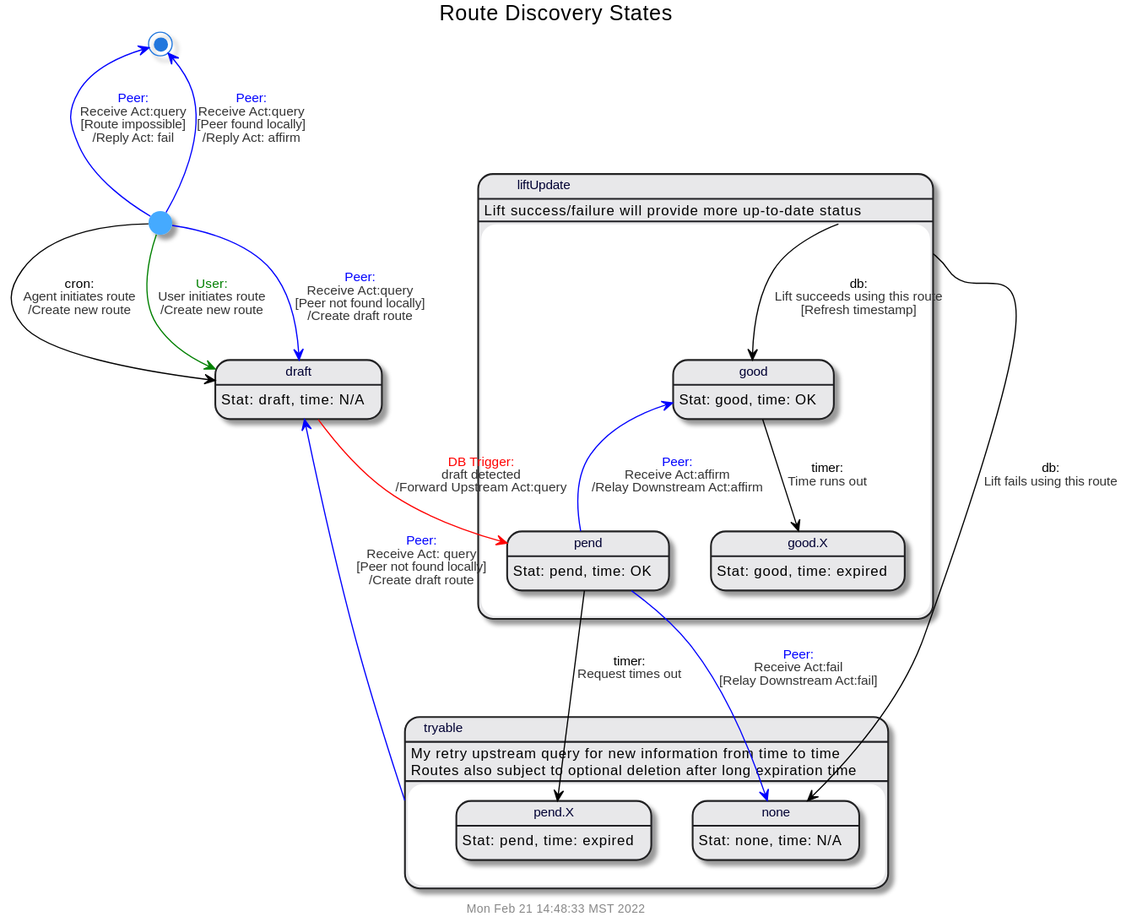
This is doc/uml/state-route.svg from gotchoices/MyCHIPs, a PlantUML export, as it was before one commit.
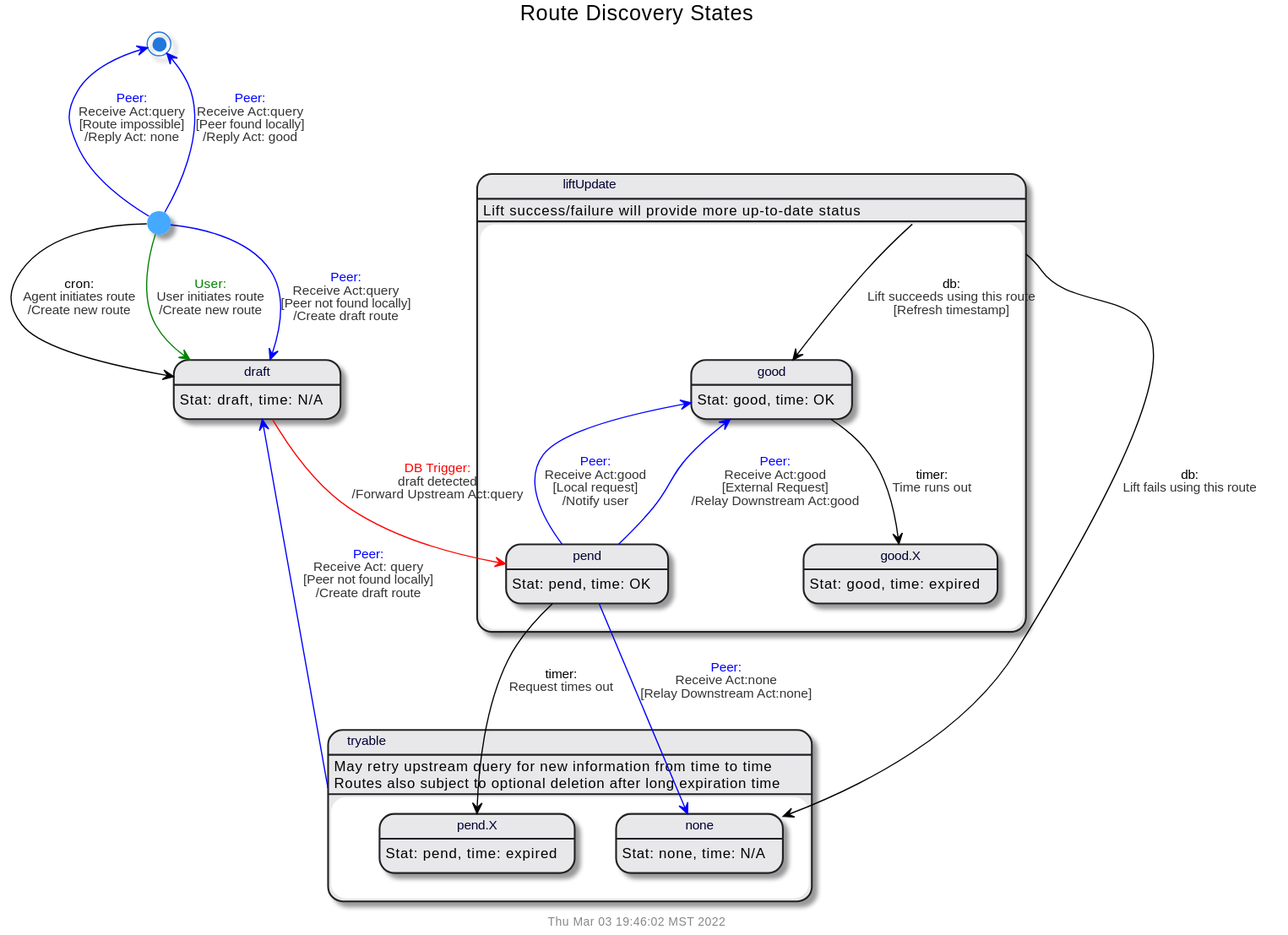
Above is the later version.

Change to the diagram source:
```diff
@@ -20,11 +20,11 @@
 none: Stat: none, time: N/A
 timeout: Stat: pend, time: expired
 liftUpdate: Lift success/failure will provide more up-to-date status
-tryable: My retry upstream query for new information from time to time
+tryable: May retry upstream query for new information from time to time
 tryable: Routes also subject to optional deletion after long expiration time
 
-[*] -up[$peer]-> [*]: $trans($peer,Receive Act:query,'Route impossible',Reply Act: fail)
-[*] -up[$peer]-> [*]: $trans($peer,Receive Act:query,'Peer found locally',Reply Act: affirm)
+[*] -up[$peer]-> [*]: $trans($peer,Receive Act:query,'Route impossible',Reply Act: none)
+[*] -up[$peer]-> [*]: $trans($peer,Receive Act:query,'Peer found locally',Reply Act: good)
 
 [*] -[$user]-> draft: $trans($user,User initiates route,'',Create new route)
 [*] -[$peer]-> draft: $trans($peer,Receive Act:query,'Peer not found locally',Create draft route)
@@ -32,9 +32,10 @@
 
 draft -[$db]-> pend: $trans($db,draft detected,'',Forward Upstream Act:query)
 
-pend -up[$peer]-> good: $trans($peer,Receive Act:affirm,'',Relay Downstream Act:affirm)
+pend -up[$peer]-> good: $trans($peer,Receive Act:good,Local request,Notify user)
+pend -up[$peer]-> good: $trans($peer,Receive Act:good,External Request,Relay Downstream Act:good)
 pend --> timeout: $trans(timer,Request times out,'')
-pend -[$peer]-> none: $trans($peer,Receive Act:fail,Relay Downstream Act:fail)
+pend -[$peer]-> none: $trans($peer,Receive Act:none,Relay Downstream Act:none)
 
 good --> stale: $trans(timer,Time runs out,'')
 liftUpdate --> good: $trans(db,Lift succeeds using this route,Refresh timestamp)
```
